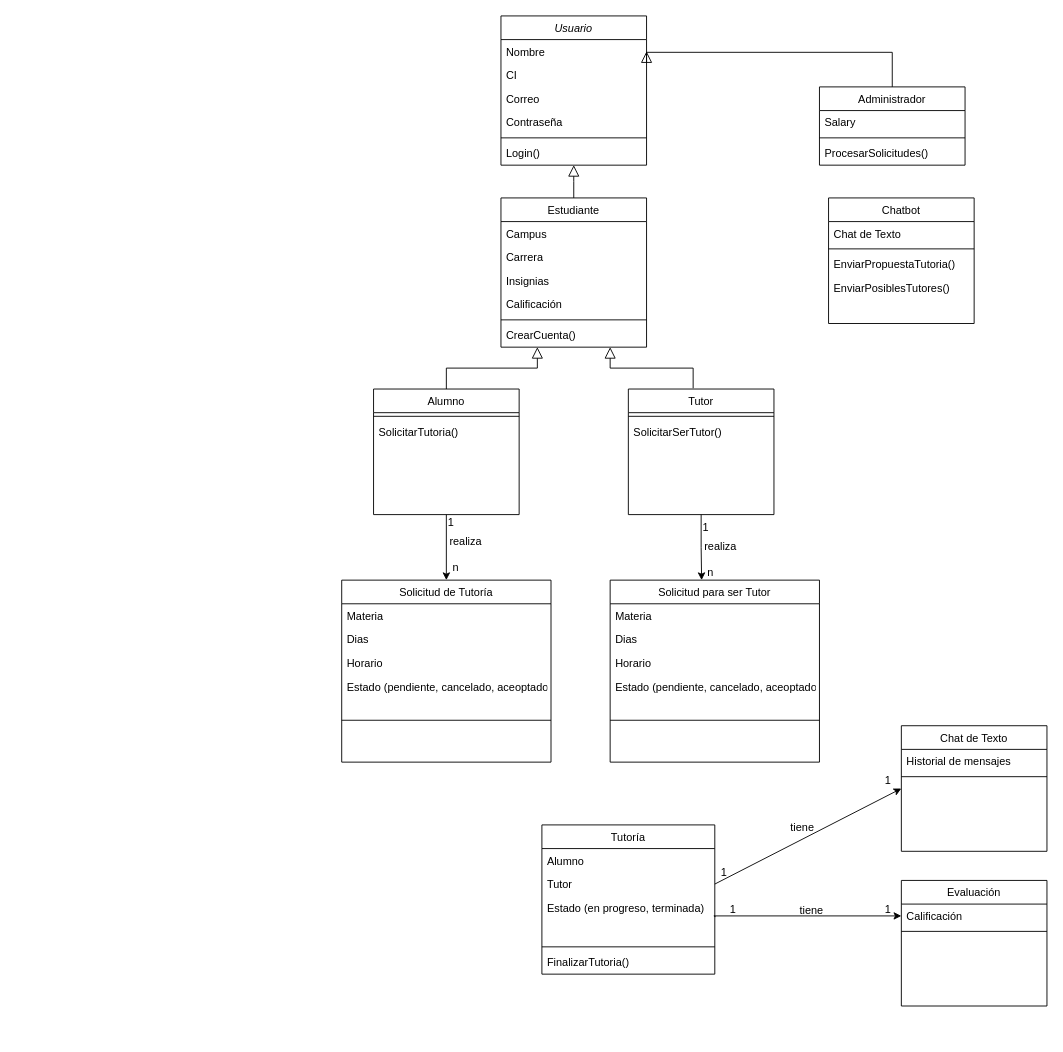
LP3kmikristian/TP_ARCE_DOREGO keeps this draw.io diagram as diagrama_de_clases_se1.drawio. Above is the earlier version. Source tidied: cells renumbered, new cells numbered last; positions are measured from the earlier drawing's top-left corner, leaving out a move shared by most shapes. Both pictures are drawn from the tidied source at 91%, with x=0, y=0 at pixel (341, 15).
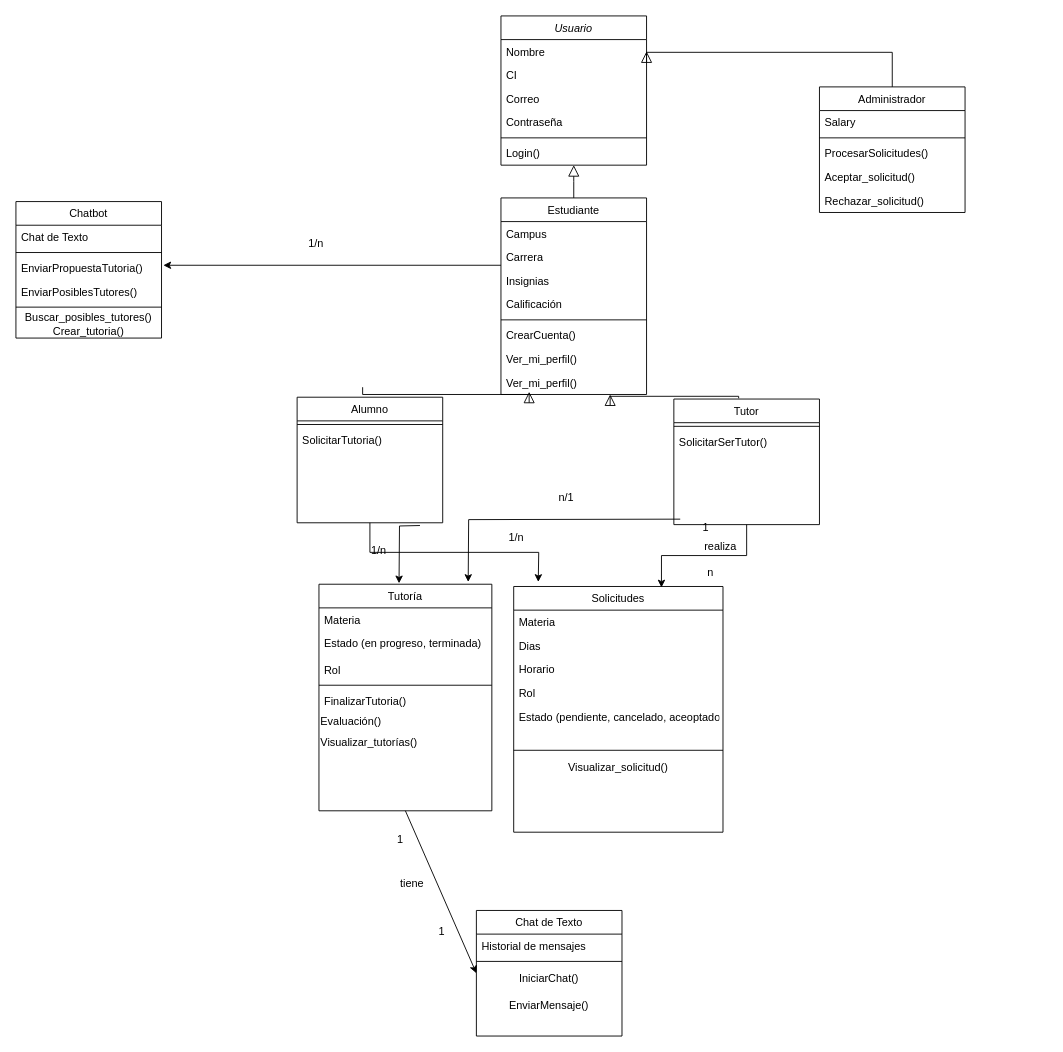
The same page after the edit.

The edit, as a diff of the source:
```diff
@@
     <mxCell id="9" value="Estudiante" style="swimlane;fontStyle=0;align=center;verticalAlign=top;horizontal=1;startSize=26;rounded=0;shadow=0;strokeWidth=1;" parent="1" vertex="1">
-      <mxGeometry x="175" y="200" width="160" height="164" as="geometry" />
+      <mxGeometry x="175" y="200" width="160" height="216" as="geometry" />
     </mxCell>
@@
+    <mxCell id="75" value="Ver_mi_perfil()" style="text;align=left;verticalAlign=top;spacingLeft=4;spacingRight=4;overflow=hidden;rounded=0;shadow=0;html=0;" parent="9" vertex="1">
+      <mxGeometry y="164" width="160" height="26" as="geometry" />
+    </mxCell>
+    <mxCell id="76" value="Ver_mi_perfil()" style="text;align=left;verticalAlign=top;spacingLeft=4;spacingRight=4;overflow=hidden;rounded=0;shadow=0;html=0;" parent="9" vertex="1">
+      <mxGeometry y="190" width="160" height="26" as="geometry" />
+    </mxCell>
@@
     <mxCell id="17" value="Administrador" style="swimlane;fontStyle=0;align=center;verticalAlign=top;horizontal=1;startSize=26;rounded=0;shadow=0;strokeWidth=1;" parent="1" vertex="1">
-      <mxGeometry x="525" y="78" width="160" height="86" as="geometry" />
+      <mxGeometry x="525" y="78" width="160" height="138" as="geometry" />
     </mxCell>
@@
+    <mxCell id="77" value="Aceptar_solicitud()" style="text;align=left;verticalAlign=top;spacingLeft=4;spacingRight=4;overflow=hidden;" parent="17" vertex="1">
+      <mxGeometry y="86" width="160" height="26" as="geometry" />
+    </mxCell>
+    <mxCell id="78" value="Rechazar_solicitud()" style="text;align=left;verticalAlign=top;spacingLeft=4;spacingRight=4;overflow=hidden;" parent="17" vertex="1">
+      <mxGeometry y="112" width="160" height="26" as="geometry" />
+    </mxCell>
@@
-    <mxCell id="22" style="edgeStyle=orthogonalEdgeStyle;rounded=0;jettySize=auto;html=1;exitX=0.5;exitY=1;exitDx=0;exitDy=0;" parent="1" edge="1" source="23" target="49">
-      <mxGeometry relative="1" as="geometry" />
-    </mxCell>
     <mxCell id="23" value="Alumno" style="swimlane;fontStyle=0;align=center;verticalAlign=top;horizontal=1;startSize=26;rounded=0;shadow=0;strokeWidth=1;" parent="1" vertex="1">
-      <mxGeometry x="35" y="410" width="160" height="138" as="geometry" />
+      <mxGeometry x="-49" y="419" width="160" height="138" as="geometry" />
     </mxCell>
@@
+    <mxCell id="79" style="edgeStyle=orthogonalEdgeStyle;rounded=0;orthogonalLoop=1;jettySize=auto;html=1;" parent="23" edge="1">
+      <mxGeometry relative="1" as="geometry">
+        <mxPoint x="135" y="141" as="sourcePoint" />
+        <mxPoint x="112" y="204.5" as="targetPoint" />
+      </mxGeometry>
+    </mxCell>
     <mxCell id="26" value="Tutor" style="swimlane;fontStyle=0;align=center;verticalAlign=top;horizontal=1;startSize=26;rounded=0;shadow=0;strokeWidth=1;" parent="1" vertex="1">
-      <mxGeometry x="315" y="410" width="160" height="138" as="geometry" />
+      <mxGeometry x="365" y="421" width="160" height="138" as="geometry" />
     </mxCell>
@@
     <mxCell id="29" value="Tutoría" style="swimlane;fontStyle=0;align=center;verticalAlign=top;horizontal=1;startSize=26;rounded=0;shadow=0;strokeWidth=1;" parent="1" vertex="1">
-      <mxGeometry x="220" y="889" width="190" height="164" as="geometry" />
+      <mxGeometry x="-25" y="624.5" width="190" height="249" as="geometry" />
     </mxCell>
-    <mxCell id="30" value="Alumno" style="text;align=left;verticalAlign=top;spacingLeft=4;spacingRight=4;overflow=hidden;" parent="29" vertex="1">
+    <mxCell id="30" value="Materia" style="text;align=left;verticalAlign=top;spacingLeft=4;spacingRight=4;overflow=hidden;" parent="29" vertex="1">
       <mxGeometry y="26" width="190" height="26" as="geometry" />
     </mxCell>
-    <mxCell id="31" value="Tutor" style="text;align=left;verticalAlign=top;spacingLeft=4;spacingRight=4;overflow=hidden;points=[[0,0.5],[1,0.5]];portConstraint=eastwest;" parent="29" vertex="1">
-      <mxGeometry y="52" width="190" height="26" as="geometry" />
-    </mxCell>
     <mxCell id="32" value="Estado (en progreso, terminada)" style="text;align=left;verticalAlign=top;spacingLeft=4;spacingRight=4;overflow=hidden;points=[[0,0.5],[1,0.5]];portConstraint=eastwest;" parent="29" vertex="1">
-      <mxGeometry y="78" width="190" height="52" as="geometry" />
+      <mxGeometry y="52" width="190" height="29" as="geometry" />
     </mxCell>
+    <mxCell id="80" value="Rol" style="text;align=left;verticalAlign=top;spacingLeft=4;spacingRight=4;overflow=hidden;" parent="29" vertex="1">
+      <mxGeometry y="81" width="190" height="26" as="geometry" />
+    </mxCell>
     <mxCell id="33" style="line;html=1;strokeWidth=1;align=left;verticalAlign=middle;spacingTop=-1;spacingLeft=3;spacingRight=3;labelPosition=right;" parent="29" vertex="1">
-      <mxGeometry y="130" width="190" height="8" as="geometry" />
+      <mxGeometry y="107" width="190" height="8" as="geometry" />
     </mxCell>
     <mxCell id="34" value="FinalizarTutoria()" style="text;align=left;verticalAlign=top;spacingLeft=4;spacingRight=4;overflow=hidden;" parent="29" vertex="1">
-      <mxGeometry y="138" width="190" height="26" as="geometry" />
+      <mxGeometry y="115" width="190" height="22" as="geometry" />
     </mxCell>
+    <mxCell id="81" value="&lt;span style=&quot;color: rgb(0, 0, 0); font-family: Helvetica; font-size: 12px; font-style: normal; font-variant-ligatures: normal; font-variant-caps: normal; font-weight: 400; letter-spacing: normal; orphans: 2; text-align: center; text-indent: 0px; text-transform: none; widows: 2; word-spacing: 0px; -webkit-text-stroke-width: 0px; background-color: rgb(255, 255, 255); text-decoration-thickness: initial; text-decoration-style: initial; text-decoration-color: initial; float: none; display: inline !important;&quot;&gt;Evaluación()&lt;/span&gt;" style="text;whiteSpace=wrap;html=1;" parent="29" vertex="1">
+      <mxGeometry y="137" width="190" height="23" as="geometry" />
+    </mxCell>
+    <mxCell id="82" value="Visualizar_tutorías()" style="text;whiteSpace=wrap;html=1;" parent="29" vertex="1">
+      <mxGeometry y="160" width="190" height="20" as="geometry" />
+    </mxCell>
-    <mxCell id="35" style="endArrow=block;endSize=10;endFill=0;shadow=0;strokeWidth=1;rounded=0;edgeStyle=elbowEdgeStyle;elbow=vertical;exitX=0.5;exitY=0;exitDx=0;exitDy=0;entryX=0.25;entryY=1;entryDx=0;entryDy=0;" parent="1" edge="1" source="23" target="9">
-      <mxGeometry relative="1" as="geometry" />
+    <mxCell id="35" style="endArrow=block;endSize=10;endFill=0;shadow=0;strokeWidth=1;rounded=0;edgeStyle=elbowEdgeStyle;elbow=vertical;exitX=0.5;exitY=0;exitDx=0;exitDy=0;entryX=0.25;entryY=1;entryDx=0;entryDy=0;" parent="1" edge="1">
+      <mxGeometry relative="1" as="geometry">
+        <mxPoint x="23" y="408" as="sourcePoint" />
+        <mxPoint x="206" y="413" as="targetPoint" />
+        <Array as="points">
+          <mxPoint x="142" y="416" />
+        </Array>
+      </mxGeometry>
     </mxCell>
@@
     <mxCell id="37" value="Chatbot" style="swimlane;fontStyle=0;align=center;verticalAlign=top;horizontal=1;startSize=26;rounded=0;shadow=0;strokeWidth=1;" parent="1" vertex="1">
-      <mxGeometry x="535" y="200" width="160" height="138" as="geometry" />
+      <mxGeometry x="-358" y="204" width="160" height="150" as="geometry" />
     </mxCell>
@@
+    <mxCell id="83" style="line;html=1;strokeWidth=1;align=left;verticalAlign=middle;spacingTop=-1;spacingLeft=3;spacingRight=3;labelPosition=right;" parent="37" vertex="1">
+      <mxGeometry y="112" width="160" height="8" as="geometry" />
+    </mxCell>
+    <mxCell id="84" value="Buscar_posibles_tutores()&lt;br&gt;Crear_tutoria()" style="text;html=1;strokeColor=none;fillColor=none;align=center;verticalAlign=middle;whiteSpace=wrap;rounded=0;" parent="37" vertex="1">
+      <mxGeometry y="120" width="160" height="30" as="geometry" />
+    </mxCell>
     <mxCell id="42" value="Chat de Texto" style="swimlane;fontStyle=0;align=center;verticalAlign=top;horizontal=1;startSize=26;rounded=0;shadow=0;strokeWidth=1;" parent="1" vertex="1">
-      <mxGeometry x="615" y="780" width="160" height="138" as="geometry" />
+      <mxGeometry x="148" y="983" width="160" height="138" as="geometry" />
     </mxCell>
@@
+    <mxCell id="85" value="IniciarChat()" style="text;html=1;strokeColor=none;fillColor=none;align=center;verticalAlign=middle;whiteSpace=wrap;rounded=0;" parent="42" vertex="1">
+      <mxGeometry y="60" width="160" height="30" as="geometry" />
+    </mxCell>
+    <mxCell id="86" value="EnviarMensaje()" style="text;html=1;strokeColor=none;fillColor=none;align=center;verticalAlign=middle;whiteSpace=wrap;rounded=0;" parent="42" vertex="1">
+      <mxGeometry y="90" width="160" height="30" as="geometry" />
+    </mxCell>
-    <mxCell id="45" style="endArrow=classic;html=1;rounded=0;exitX=1;exitY=0.5;exitDx=0;exitDy=0;entryX=0;entryY=0.5;entryDx=0;entryDy=0;" parent="1" edge="1" source="31" target="42">
+    <mxCell id="45" style="endArrow=classic;html=1;rounded=0;exitX=0.5;exitY=1;exitDx=0;exitDy=0;entryX=0;entryY=0.5;entryDx=0;entryDy=0;" parent="1" edge="1" source="29" target="42">
       <mxGeometry relative="1" as="geometry" />
     </mxCell>
-    <mxCell id="46" value="1" style="align=left;verticalAlign=bottom;labelBackgroundColor=none;fontSize=12;" parent="1" vertex="1">
-      <mxGeometry x="425" y="990" as="geometry" />
-    </mxCell>
-    <mxCell id="47" value="1" style="align=right;verticalAlign=bottom;labelBackgroundColor=none;fontSize=12;" parent="1" vertex="1">
-      <mxGeometry x="605" y="990" as="geometry" />
-    </mxCell>
-    <mxCell id="48" value="tiene" style="text;html=1;align=center;verticalAlign=middle;labelBackgroundColor=none;rounded=0;shadow=0;strokeWidth=1;fontSize=12;" parent="1" vertex="1">
-      <mxGeometry x="515" y="940" as="geometry">
-        <mxPoint y="42" as="offset" />
-      </mxGeometry>
-    </mxCell>
-    <mxCell id="49" value="Solicitud de Tutoría" style="swimlane;fontStyle=0;align=center;verticalAlign=top;horizontal=1;startSize=26;rounded=0;shadow=0;strokeWidth=1;" parent="1" vertex="1">
-      <mxGeometry y="620" width="230" height="200" as="geometry" />
-    </mxCell>
-    <mxCell id="50" value="Materia" style="text;align=left;verticalAlign=top;spacingLeft=4;spacingRight=4;overflow=hidden;" parent="49" vertex="1">
-      <mxGeometry y="26" width="230" height="26" as="geometry" />
-    </mxCell>
-    <mxCell id="51" value="Dias" style="text;align=left;verticalAlign=top;spacingLeft=4;spacingRight=4;overflow=hidden;" parent="49" vertex="1">
-      <mxGeometry y="52" width="230" height="26" as="geometry" />
-    </mxCell>
-    <mxCell id="52" value="Horario" style="text;align=left;verticalAlign=top;spacingLeft=4;spacingRight=4;overflow=hidden;" parent="49" vertex="1">
-      <mxGeometry y="78" width="230" height="26" as="geometry" />
-    </mxCell>
-    <mxCell id="53" value="Estado (pendiente, cancelado, aceoptado)" style="text;align=left;verticalAlign=top;spacingLeft=4;spacingRight=4;overflow=hidden;" parent="49" vertex="1">
-      <mxGeometry y="104" width="230" height="46" as="geometry" />
-    </mxCell>
-    <mxCell id="54" style="line;html=1;strokeWidth=1;align=left;verticalAlign=middle;spacingTop=-1;spacingLeft=3;spacingRight=3;labelPosition=right;" parent="49" vertex="1">
-      <mxGeometry y="150" width="230" height="8" as="geometry" />
-    </mxCell>
-    <mxCell id="55" value="Solicitud para ser Tutor" style="swimlane;fontStyle=0;align=center;verticalAlign=top;horizontal=1;startSize=26;rounded=0;shadow=0;strokeWidth=1;" parent="1" vertex="1">
-      <mxGeometry x="295" y="620" width="230" height="200" as="geometry" />
+    <mxCell id="55" value="Solicitudes" style="swimlane;fontStyle=0;align=center;verticalAlign=top;horizontal=1;startSize=26;rounded=0;shadow=0;strokeWidth=1;" parent="1" vertex="1">
+      <mxGeometry x="189" y="627" width="230" height="270" as="geometry" />
     </mxCell>
@@
+    <mxCell id="87" value="Rol" style="text;align=left;verticalAlign=top;spacingLeft=4;spacingRight=4;overflow=hidden;" parent="55" vertex="1">
+      <mxGeometry y="104" width="230" height="26" as="geometry" />
+    </mxCell>
     <mxCell id="59" value="Estado (pendiente, cancelado, aceoptado)" style="text;align=left;verticalAlign=top;spacingLeft=4;spacingRight=4;overflow=hidden;" parent="55" vertex="1">
-      <mxGeometry y="104" width="230" height="46" as="geometry" />
+      <mxGeometry y="130" width="230" height="46" as="geometry" />
     </mxCell>
     <mxCell id="60" style="line;html=1;strokeWidth=1;align=left;verticalAlign=middle;spacingTop=-1;spacingLeft=3;spacingRight=3;labelPosition=right;" parent="55" vertex="1">
-      <mxGeometry y="150" width="230" height="8" as="geometry" />
+      <mxGeometry y="176" width="230" height="8" as="geometry" />
     </mxCell>
+    <mxCell id="88" value="Visualizar_solicitud()" style="text;html=1;strokeColor=none;fillColor=none;align=center;verticalAlign=middle;whiteSpace=wrap;rounded=0;" parent="55" vertex="1">
+      <mxGeometry y="184" width="230" height="30" as="geometry" />
+    </mxCell>
-    <mxCell id="61" style="edgeStyle=orthogonalEdgeStyle;rounded=0;jettySize=auto;html=1;exitX=0.5;exitY=1;exitDx=0;exitDy=0;entryX=0.437;entryY=0;entryDx=0;entryDy=0;entryPerimeter=0;" parent="1" edge="1" source="26" target="55">
+    <mxCell id="61" style="edgeStyle=orthogonalEdgeStyle;rounded=0;jettySize=auto;html=1;exitX=0.5;exitY=1;exitDx=0;exitDy=0;entryX=0.706;entryY=0.004;entryDx=0;entryDy=0;entryPerimeter=0;" parent="1" edge="1" source="26" target="55">
       <mxGeometry relative="1" as="geometry" />
     </mxCell>
-    <mxCell id="62" value="Evaluación" style="swimlane;fontStyle=0;align=center;verticalAlign=top;horizontal=1;startSize=26;rounded=0;shadow=0;strokeWidth=1;" parent="1" vertex="1">
-      <mxGeometry x="615" y="950" width="160" height="138" as="geometry" />
-    </mxCell>
-    <mxCell id="63" value="Calificación" style="text;align=left;verticalAlign=top;spacingLeft=4;spacingRight=4;overflow=hidden;points=[[0,0.5],[1,0.5]];portConstraint=eastwest;" parent="62" vertex="1">
-      <mxGeometry y="26" width="160" height="26" as="geometry" />
-    </mxCell>
-    <mxCell id="64" style="line;html=1;strokeWidth=1;align=left;verticalAlign=middle;spacingTop=-1;spacingLeft=3;spacingRight=3;labelPosition=right;" parent="62" vertex="1">
-      <mxGeometry y="52" width="160" height="8" as="geometry" />
-    </mxCell>
     <mxCell id="65" value="1" style="align=left;verticalAlign=bottom;labelBackgroundColor=none;fontSize=12;" parent="1" vertex="1">
-      <mxGeometry x="415" y="950" as="geometry" />
+      <mxGeometry x="105" y="1014" as="geometry" />
     </mxCell>
     <mxCell id="66" value="tiene" style="text;html=1;align=center;verticalAlign=middle;labelBackgroundColor=none;rounded=0;shadow=0;strokeWidth=1;fontSize=12;" parent="1" vertex="1">
-      <mxGeometry x="505" y="849" as="geometry">
+      <mxGeometry x="76" y="911" as="geometry">
         <mxPoint y="42" as="offset" />
       </mxGeometry>
     </mxCell>
     <mxCell id="67" value="1" style="align=right;verticalAlign=bottom;labelBackgroundColor=none;fontSize=12;" parent="1" vertex="1">
-      <mxGeometry x="605" y="849" as="geometry" />
+      <mxGeometry x="573" y="790" as="geometry">
+        <mxPoint x="-504" y="123" as="offset" />
+      </mxGeometry>
     </mxCell>
@@
-    <mxCell id="71" value="1" style="align=left;verticalAlign=bottom;labelBackgroundColor=none;fontSize=12;" parent="1" vertex="1">
-      <mxGeometry x="115" y="565" as="geometry" />
-    </mxCell>
-    <mxCell id="72" value="realiza" style="text;html=1;align=center;verticalAlign=middle;labelBackgroundColor=none;rounded=0;shadow=0;strokeWidth=1;fontSize=12;" parent="1" vertex="1">
-      <mxGeometry x="135" y="535" as="geometry">
-        <mxPoint y="42" as="offset" />
-      </mxGeometry>
-    </mxCell>
-    <mxCell id="73" value="n" style="align=right;verticalAlign=bottom;labelBackgroundColor=none;fontSize=12;" parent="1" vertex="1">
-      <mxGeometry x="130" y="615" as="geometry" />
-    </mxCell>
-    <mxCell id="74" style="edgeStyle=orthogonalEdgeStyle;rounded=0;jettySize=auto;html=1;exitX=1.004;exitY=0.438;exitDx=0;exitDy=0;entryX=0;entryY=0.5;entryDx=0;entryDy=0;exitPerimeter=0;" parent="1" edge="1" source="32" target="63">
-      <mxGeometry relative="1" as="geometry">
-        <Array as="points">
-          <mxPoint x="409" y="990" />
-          <mxPoint x="415" y="990" />
-        </Array>
-      </mxGeometry>
-    </mxCell>
+    <mxCell id="89" style="edgeStyle=orthogonalEdgeStyle;rounded=0;jettySize=auto;html=1;exitX=0.5;exitY=1;exitDx=0;exitDy=0;" parent="1" edge="1" source="23">
+      <mxGeometry relative="1" as="geometry">
+        <mxPoint x="216" y="622" as="targetPoint" />
+      </mxGeometry>
+    </mxCell>
+    <mxCell id="90" style="edgeStyle=orthogonalEdgeStyle;rounded=0;orthogonalLoop=1;jettySize=auto;html=1;exitX=0.5;exitY=1;exitDx=0;exitDy=0;" parent="1" edge="1">
+      <mxGeometry relative="1" as="geometry">
+        <mxPoint x="372" y="553" as="sourcePoint" />
+        <mxPoint x="139" y="622" as="targetPoint" />
+      </mxGeometry>
+    </mxCell>
+    <mxCell id="91" value="n/1" style="text;html=1;strokeColor=none;fillColor=none;align=center;verticalAlign=middle;whiteSpace=wrap;rounded=0;" parent="1" vertex="1">
+      <mxGeometry x="217" y="514" width="60" height="30" as="geometry" />
+    </mxCell>
+    <mxCell id="92" value="1/n" style="text;html=1;strokeColor=none;fillColor=none;align=center;verticalAlign=middle;whiteSpace=wrap;rounded=0;" parent="1" vertex="1">
+      <mxGeometry x="162" y="559" width="60" height="30" as="geometry" />
+    </mxCell>
+    <mxCell id="93" value="1/n" style="text;html=1;strokeColor=none;fillColor=none;align=center;verticalAlign=middle;whiteSpace=wrap;rounded=0;" parent="1" vertex="1">
+      <mxGeometry x="11" y="573" width="60" height="30" as="geometry" />
+    </mxCell>
+    <mxCell id="94" style="edgeStyle=orthogonalEdgeStyle;rounded=0;orthogonalLoop=1;jettySize=auto;html=1;" parent="1" edge="1">
+      <mxGeometry relative="1" as="geometry">
+        <mxPoint x="175" y="274" as="sourcePoint" />
+        <mxPoint x="-196" y="274" as="targetPoint" />
+      </mxGeometry>
+    </mxCell>
+    <mxCell id="95" value="1/n" style="text;html=1;strokeColor=none;fillColor=none;align=center;verticalAlign=middle;whiteSpace=wrap;rounded=0;" parent="1" vertex="1">
+      <mxGeometry x="-58" y="235" width="60" height="30" as="geometry" />
+    </mxCell>
```
